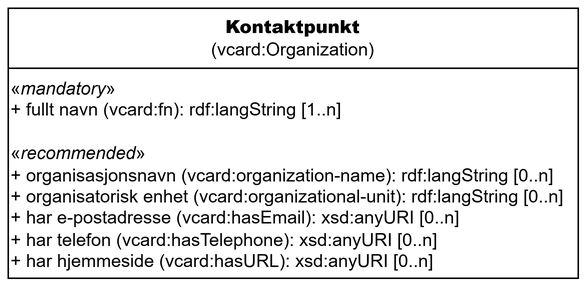
Above: docs/images/KlassenKontaktpunkt.png in Informasjonsforvaltning/modelldcat-ap-no (draw.io), before the change. Source tidied: cells renumbered, new cells last; positions are measured from the earlier drawing's top-left corner, leaving out a move shared by most shapes.
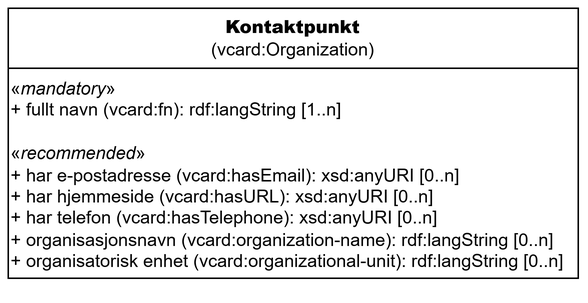
After the commit.

Commit message:
Oppdaterer tegning Kontaktpunkt

Change to the diagram source:
```diff
@@ -5,7 +5,7 @@
     <mxCell id="2" value="&lt;b&gt;Kontaktpunkt&lt;/b&gt;&lt;div style=&quot;font-weight: 400;&quot;&gt;(vcard:Organization)&lt;/div&gt;" style="swimlane;whiteSpace=wrap;html=1;startSize=40;" parent="1" vertex="1">
       <mxGeometry width="380" height="180" as="geometry" />
     </mxCell>
-    <mxCell id="3" value="&lt;div&gt;&lt;span style=&quot;background-color: rgb(255, 255, 255);&quot;&gt;&lt;font face=&quot;Helvetica&quot;&gt;«&lt;i style=&quot;&quot;&gt;mandatory&lt;/i&gt;»&lt;/font&gt;&lt;/span&gt;&lt;/div&gt;&lt;span style=&quot;background-color: rgb(255, 255, 255);&quot;&gt;&lt;span&gt;&lt;font face=&quot;Helvetica&quot;&gt;&lt;div&gt;&lt;span style=&quot;background-color: rgb(255, 255, 255);&quot;&gt;&lt;span&gt;+ fullt navn (vcard:fn): rdf:langString [1..n]&lt;/span&gt;&lt;/span&gt;&lt;/div&gt;&lt;div&gt;&lt;br&gt;&lt;/div&gt;&lt;/font&gt;&lt;/span&gt;&lt;/span&gt;&lt;div&gt;&lt;font face=&quot;Helvetica&quot;&gt;«&lt;i&gt;recommended&lt;/i&gt;»&lt;/font&gt;&lt;/div&gt;&lt;div&gt;&lt;font face=&quot;Helvetica&quot;&gt;+ organisasjonsnavn (&lt;span style=&quot;background-color: transparent; color: light-dark(rgb(0, 0, 0), rgb(255, 255, 255));&quot;&gt;vcard:organization-name&lt;/span&gt;&lt;span style=&quot;background-color: transparent; color: light-dark(rgb(0, 0, 0), rgb(255, 255, 255));&quot;&gt;):&amp;nbsp;&lt;/span&gt;&lt;span style=&quot;color: light-dark(rgb(0, 0, 0), rgb(255, 255, 255)); background-color: rgb(255, 255, 255);&quot;&gt;rdf:langString [0..n]&lt;/span&gt;&lt;br&gt;&lt;/font&gt;&lt;/div&gt;&lt;div&gt;&lt;font face=&quot;Helvetica&quot;&gt;&lt;span style=&quot;color: light-dark(rgb(0, 0, 0), rgb(255, 255, 255)); background-color: rgb(255, 255, 255);&quot;&gt;+ organisatorisk enhet (&lt;/span&gt;&lt;span style=&quot;background-color: transparent; color: light-dark(rgb(0, 0, 0), rgb(255, 255, 255));&quot;&gt;vcard:organizational-unit):&amp;nbsp;&lt;/span&gt;&lt;span style=&quot;background-color: rgb(255, 255, 255); color: light-dark(rgb(0, 0, 0), rgb(255, 255, 255));&quot;&gt;rdf:langString [0..n]&lt;/span&gt;&lt;/font&gt;&lt;/div&gt;&lt;div&gt;&lt;span style=&quot;background-color: transparent; color: light-dark(rgb(0, 0, 0), rgb(255, 255, 255));&quot;&gt;+ har e-postadresse (&lt;/span&gt;&lt;span style=&quot;background-color: transparent; color: light-dark(rgb(0, 0, 0), rgb(255, 255, 255));&quot;&gt;vcard:hasEmail):&lt;/span&gt;&lt;span style=&quot;background-color: transparent; color: light-dark(rgb(0, 0, 0), rgb(255, 255, 255));&quot;&gt; &lt;/span&gt;&lt;span style=&quot;background-color: transparent; color: light-dark(rgb(0, 0, 0), rgb(255, 255, 255));&quot;&gt;xsd:anyURI [0..n]&lt;/span&gt;&lt;/div&gt;&lt;div&gt;&lt;span style=&quot;background-color: transparent; color: light-dark(rgb(0, 0, 0), rgb(255, 255, 255));&quot;&gt;+ har telefon (&lt;/span&gt;&lt;span style=&quot;background-color: transparent; color: light-dark(rgb(0, 0, 0), rgb(255, 255, 255));&quot;&gt;vcard:hasTelephone):&amp;nbsp;&lt;/span&gt;&lt;span style=&quot;background-color: transparent; color: light-dark(rgb(0, 0, 0), rgb(255, 255, 255));&quot;&gt;xsd:anyURI [0..n]&lt;/span&gt;&lt;/div&gt;&lt;div&gt;&lt;span style=&quot;background-color: transparent; color: light-dark(rgb(0, 0, 0), rgb(255, 255, 255));&quot;&gt;+ har hjemmeside (&lt;/span&gt;&lt;span style=&quot;background-color: transparent; color: light-dark(rgb(0, 0, 0), rgb(255, 255, 255));&quot;&gt;vcard:hasURL): xsd:anyURI [0..n]&lt;/span&gt;&lt;/div&gt;" style="text;html=1;whiteSpace=wrap;strokeColor=none;fillColor=none;align=left;verticalAlign=top;rounded=0;fontFamily=Helvetica;fontSize=12;" parent="2" vertex="1">
+    <mxCell id="3" value="&lt;div&gt;&lt;span style=&quot;background-color: rgb(255, 255, 255);&quot;&gt;&lt;font face=&quot;Helvetica&quot;&gt;«&lt;i style=&quot;&quot;&gt;mandatory&lt;/i&gt;»&lt;/font&gt;&lt;/span&gt;&lt;/div&gt;&lt;span style=&quot;background-color: rgb(255, 255, 255);&quot;&gt;&lt;span&gt;&lt;font face=&quot;Helvetica&quot;&gt;&lt;div&gt;&lt;span style=&quot;background-color: rgb(255, 255, 255);&quot;&gt;&lt;span&gt;+ fullt navn (vcard:fn): rdf:langString [1..n]&lt;/span&gt;&lt;/span&gt;&lt;/div&gt;&lt;div&gt;&lt;br&gt;&lt;/div&gt;&lt;/font&gt;&lt;/span&gt;&lt;/span&gt;&lt;div&gt;&lt;font face=&quot;Helvetica&quot;&gt;«&lt;i&gt;recommended&lt;/i&gt;»&lt;/font&gt;&lt;/div&gt;&lt;div&gt;&lt;span style=&quot;background-color: transparent; color: light-dark(rgb(0, 0, 0), rgb(255, 255, 255));&quot;&gt;+ har e-postadresse (&lt;/span&gt;&lt;span style=&quot;background-color: transparent; color: light-dark(rgb(0, 0, 0), rgb(255, 255, 255));&quot;&gt;vcard:hasEmail):&lt;/span&gt;&lt;span style=&quot;background-color: transparent; color: light-dark(rgb(0, 0, 0), rgb(255, 255, 255));&quot;&gt; &lt;/span&gt;&lt;span style=&quot;background-color: transparent; color: light-dark(rgb(0, 0, 0), rgb(255, 255, 255));&quot;&gt;xsd:anyURI [0..n]&lt;/span&gt;&lt;/div&gt;&lt;div&gt;&lt;span style=&quot;background-color: transparent; color: light-dark(rgb(0, 0, 0), rgb(255, 255, 255));&quot;&gt;+ har hjemmeside (&lt;/span&gt;&lt;span style=&quot;background-color: transparent; color: light-dark(rgb(0, 0, 0), rgb(255, 255, 255));&quot;&gt;vcard:hasURL): xsd:anyURI [0..n]&lt;/span&gt;&lt;/div&gt;&lt;div&gt;&lt;span style=&quot;background-color: transparent; color: light-dark(rgb(0, 0, 0), rgb(255, 255, 255));&quot;&gt;+ har telefon (&lt;/span&gt;&lt;span style=&quot;background-color: transparent; color: light-dark(rgb(0, 0, 0), rgb(255, 255, 255));&quot;&gt;vcard:hasTelephone): &lt;/span&gt;&lt;span style=&quot;background-color: transparent; color: light-dark(rgb(0, 0, 0), rgb(255, 255, 255));&quot;&gt;xsd:anyURI [0..n]&lt;/span&gt;&lt;/div&gt;&lt;div&gt;&lt;font face=&quot;Helvetica&quot;&gt;+ organisasjonsnavn (&lt;span style=&quot;background-color: transparent; color: light-dark(rgb(0, 0, 0), rgb(255, 255, 255));&quot;&gt;vcard:organization-name&lt;/span&gt;&lt;span style=&quot;background-color: transparent; color: light-dark(rgb(0, 0, 0), rgb(255, 255, 255));&quot;&gt;):&amp;nbsp;&lt;/span&gt;&lt;span style=&quot;color: light-dark(rgb(0, 0, 0), rgb(255, 255, 255)); background-color: rgb(255, 255, 255);&quot;&gt;rdf:langString [0..n]&lt;/span&gt;&lt;br&gt;&lt;/font&gt;&lt;/div&gt;&lt;div&gt;&lt;font face=&quot;Helvetica&quot;&gt;&lt;span style=&quot;color: light-dark(rgb(0, 0, 0), rgb(255, 255, 255)); background-color: rgb(255, 255, 255);&quot;&gt;+ organisatorisk enhet (&lt;/span&gt;&lt;span style=&quot;background-color: transparent; color: light-dark(rgb(0, 0, 0), rgb(255, 255, 255));&quot;&gt;vcard:organizational-unit):&amp;nbsp;&lt;/span&gt;&lt;span style=&quot;background-color: rgb(255, 255, 255); color: light-dark(rgb(0, 0, 0), rgb(255, 255, 255));&quot;&gt;rdf:langString [0..n]&lt;/span&gt;&lt;/font&gt;&lt;/div&gt;&lt;div&gt;&lt;br&gt;&lt;/div&gt;" style="text;html=1;whiteSpace=wrap;strokeColor=none;fillColor=none;align=left;verticalAlign=top;rounded=0;fontFamily=Helvetica;fontSize=12;" parent="2" vertex="1">
       <mxGeometry y="40" width="380" height="140" as="geometry" />
     </mxCell>
   </root>
```
